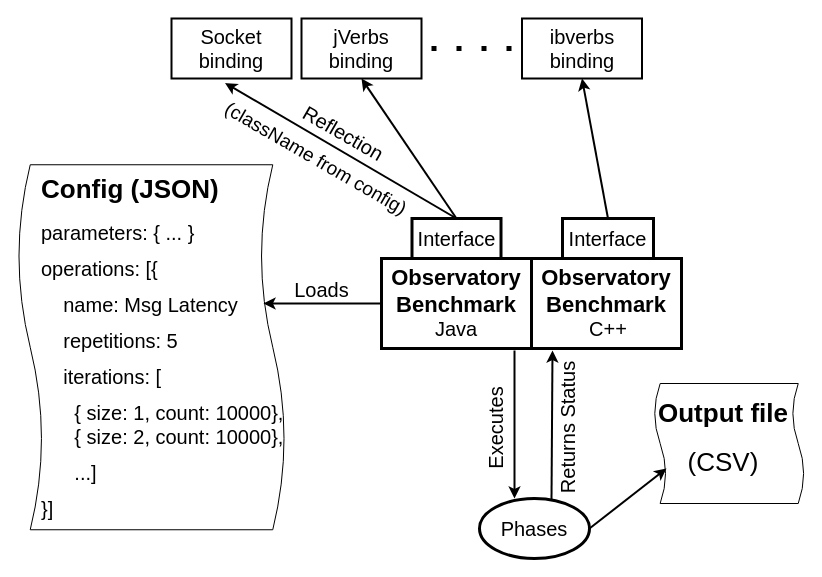
Above: res/architecture.drawio in hhu-bsinfo/observatory (draw.io), before the change. Source tidied: cells renumbered, new cells numbered last; positions are measured from the earlier drawing's top-left corner, leaving out a move shared by most shapes. Both pictures are drawn from the tidied source at 100%, with x=0, y=0 at pixel (-31, 18).
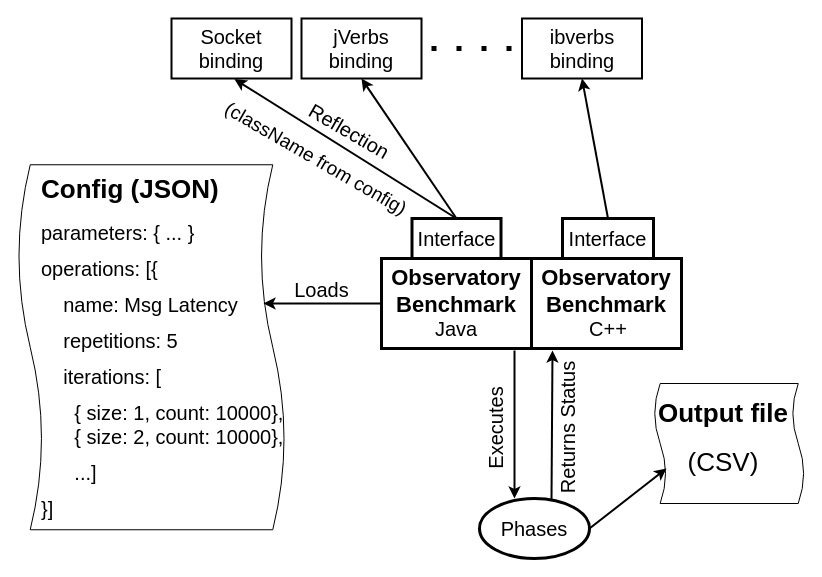
After the change.

Unchanged cells that the change refers to:
```xml
<mxCell id="5" value="&lt;font style=&quot;font-size: 20px;&quot;&gt;Interface&lt;/font&gt;" style="rounded=0;whiteSpace=wrap;html=1;strokeWidth=3;fontSize=20;" parent="1" vertex="1">
  <mxGeometry x="442.5" y="200" width="89" height="40" as="geometry" />
</mxCell>
<mxCell id="7" value="&lt;div style=&quot;font-size: 20px&quot;&gt;&lt;font style=&quot;font-size: 20px&quot;&gt;Socket&lt;/font&gt;&lt;/div&gt;&lt;div style=&quot;font-size: 20px&quot;&gt;&lt;font style=&quot;font-size: 20px&quot;&gt;binding&lt;/font&gt;&lt;/div&gt;" style="rounded=0;whiteSpace=wrap;html=1;strokeWidth=2;fontSize=20;" parent="1" vertex="1">
  <mxGeometry x="202" width="120" height="60" as="geometry" />
</mxCell>
```

The edit, as a diff of the source:
```diff
@@
-    <mxCell id="10" style="endArrow=classic;html=1;exitX=0.5;exitY=0;exitDx=0;exitDy=0;entryX=0.446;entryY=1.075;entryDx=0;entryDy=0;entryPerimeter=0;fontSize=20;strokeWidth=2;" parent="1" edge="1" source="5" target="7">
+    <mxCell id="10" style="endArrow=classic;html=1;exitX=0.5;exitY=0;exitDx=0;exitDy=0;entryX=0.525;entryY=1.011;entryDx=0;entryDy=0;entryPerimeter=0;fontSize=20;strokeWidth=2;" parent="1" edge="1" source="5" target="7">
       <mxGeometry relative="1" as="geometry" />
     </mxCell>
```
